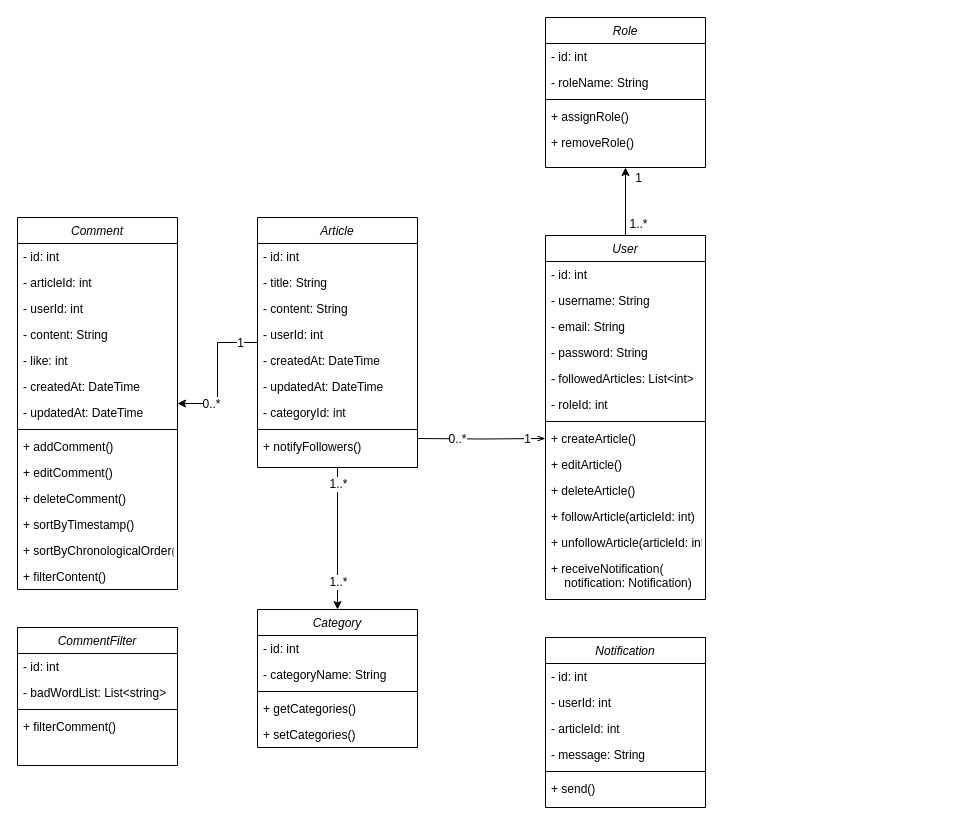
This is UML-Diagramm.drawio from SteffiHe/blog_board_backend, a draw.io file, before an edit. Source tidied: cells renumbered, new cells numbered last; positions are measured from the earlier drawing's top-left corner, leaving out a move shared by most shapes. Both pictures are drawn from the tidied source at 100%, with x=0, y=0 at pixel (17, 17).
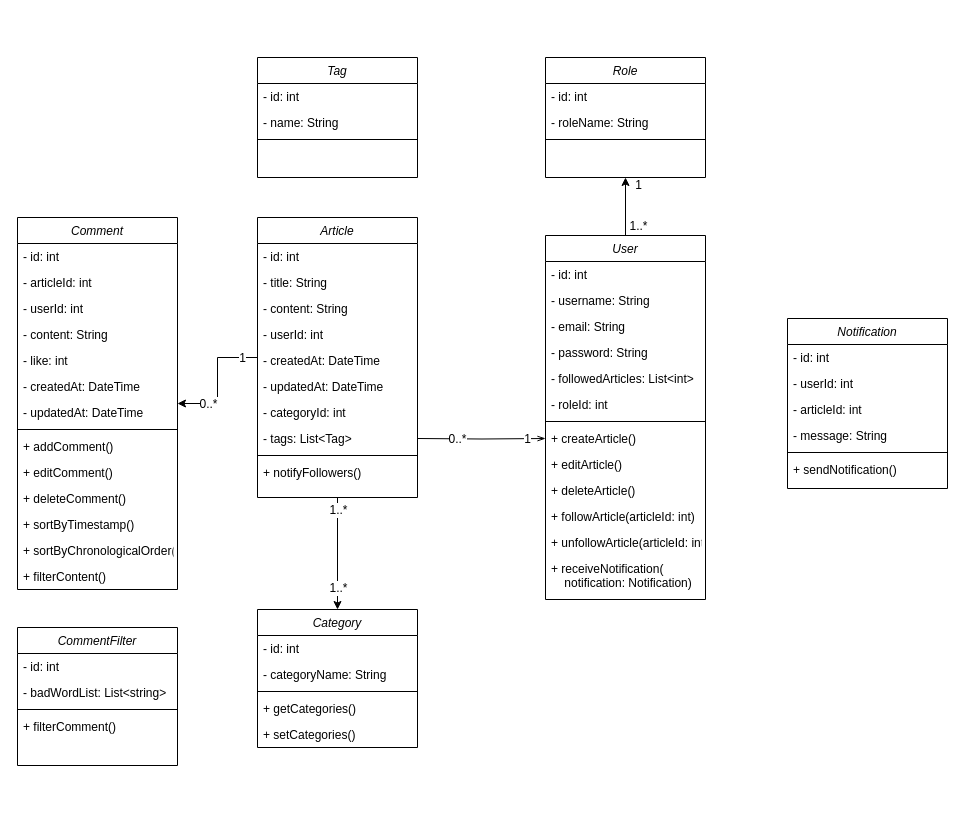
After the change.

Commit message:
UML-Diagramm

The edit, as a diff of the source:
```diff
@@
     <mxCell id="25" value="Article" style="swimlane;fontStyle=2;align=center;verticalAlign=top;horizontal=1;startSize=26;rounded=0;shadow=0;strokeWidth=1;" parent="1" vertex="1">
-      <mxGeometry x="240" y="200" width="160" height="250" as="geometry" />
+      <mxGeometry x="240" y="200" width="160" height="280" as="geometry" />
     </mxCell>
@@
+    <mxCell id="77" value="- tags: List&lt;Tag&gt;" style="text;align=left;verticalAlign=top;spacingLeft=4;spacingRight=4;overflow=hidden;rounded=0;shadow=0;html=0;" parent="25" vertex="1">
+      <mxGeometry y="208" width="160" height="26" as="geometry" />
+    </mxCell>
     <mxCell id="33" style="line;html=1;strokeWidth=1;align=left;verticalAlign=middle;spacingTop=-1;spacingLeft=3;spacingRight=3;labelPosition=right;" parent="25" vertex="1">
-      <mxGeometry y="208" width="160" height="8" as="geometry" />
+      <mxGeometry y="234" width="160" height="8" as="geometry" />
     </mxCell>
     <mxCell id="34" value="+ notifyFollowers()" style="text;align=left;verticalAlign=top;spacingLeft=4;spacingRight=4;overflow=hidden;" parent="25" vertex="1">
-      <mxGeometry y="216" width="160" height="26" as="geometry" />
+      <mxGeometry y="242" width="160" height="26" as="geometry" />
     </mxCell>
@@
     <mxCell id="59" value="Role" style="swimlane;fontStyle=2;align=center;verticalAlign=top;horizontal=1;startSize=26;rounded=0;shadow=0;strokeWidth=1;" parent="1" vertex="1">
-      <mxGeometry x="528" width="160" height="150" as="geometry" />
+      <mxGeometry x="528" y="40" width="160" height="120" as="geometry" />
     </mxCell>
@@
-    <mxCell id="63" value="+ assignRole()" style="text;align=left;verticalAlign=top;spacingLeft=4;spacingRight=4;overflow=hidden;" parent="59" vertex="1">
-      <mxGeometry y="86" width="160" height="26" as="geometry" />
-    </mxCell>
-    <mxCell id="64" value="+ removeRole()" style="text;align=left;verticalAlign=top;spacingLeft=4;spacingRight=4;overflow=hidden;" parent="59" vertex="1">
-      <mxGeometry y="112" width="160" height="26" as="geometry" />
-    </mxCell>
@@
     <mxCell id="70" value="Notification" style="swimlane;fontStyle=2;align=center;verticalAlign=top;horizontal=1;startSize=26;rounded=0;shadow=0;strokeWidth=1;" parent="1" vertex="1">
-      <mxGeometry x="528" y="620" width="160" height="170" as="geometry" />
+      <mxGeometry x="770" y="301" width="160" height="170" as="geometry" />
     </mxCell>
@@
-    <mxCell id="76" value="+ send()" style="text;align=left;verticalAlign=top;spacingLeft=4;spacingRight=4;overflow=hidden;" parent="70" vertex="1">
+    <mxCell id="76" value="+ sendNotification()" style="text;align=left;verticalAlign=top;spacingLeft=4;spacingRight=4;overflow=hidden;" parent="70" vertex="1">
       <mxGeometry y="138" width="160" height="26" as="geometry" />
     </mxCell>
+    <mxCell id="78" value="Tag" style="swimlane;fontStyle=2;align=center;verticalAlign=top;horizontal=1;startSize=26;rounded=0;shadow=0;strokeWidth=1;" parent="1" vertex="1">
+      <mxGeometry x="240" y="40" width="160" height="120" as="geometry" />
+    </mxCell>
+    <mxCell id="79" value="- id: int" style="text;align=left;verticalAlign=top;spacingLeft=4;spacingRight=4;overflow=hidden;" parent="78" vertex="1">
+      <mxGeometry y="26" width="160" height="26" as="geometry" />
+    </mxCell>
+    <mxCell id="80" value="- name: String" style="text;align=left;verticalAlign=top;spacingLeft=4;spacingRight=4;overflow=hidden;rounded=0;shadow=0;html=0;" parent="78" vertex="1">
+      <mxGeometry y="52" width="160" height="26" as="geometry" />
+    </mxCell>
+    <mxCell id="81" style="line;html=1;strokeWidth=1;align=left;verticalAlign=middle;spacingTop=-1;spacingLeft=3;spacingRight=3;labelPosition=right;" parent="78" vertex="1">
+      <mxGeometry y="78" width="160" height="8" as="geometry" />
+    </mxCell>
```
